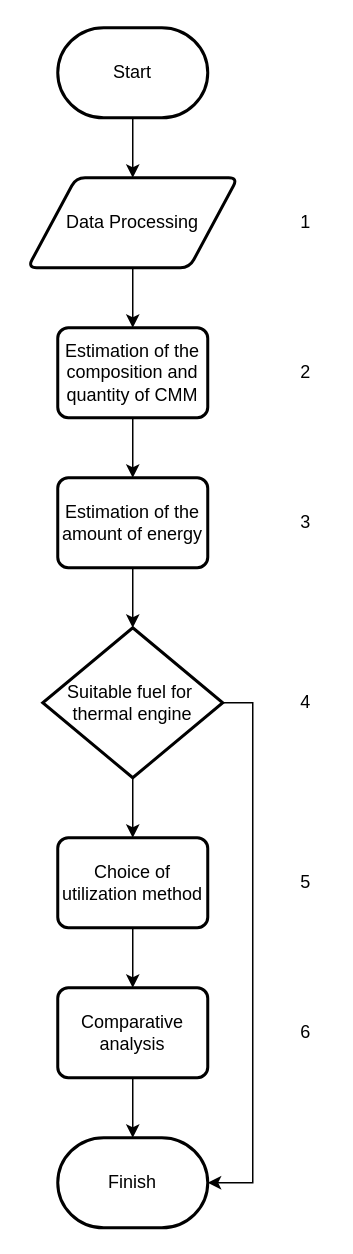
Earlier version of the draw.io diagram Диаграмма без названия.drawio (Randyrofed/CMM). Source tidied: cells renumbered, new cells numbered last; positions are measured from the earlier drawing's top-left corner, leaving out a move shared by most shapes. Both pictures are drawn from the tidied source at 150%, with x=0, y=0 at pixel (27, 27).
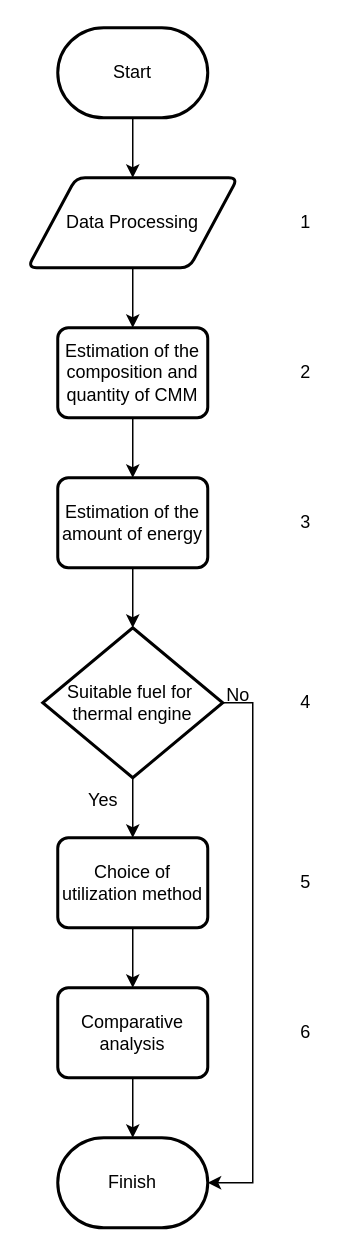
Above is the later version.

Change to the diagram source:
```diff
@@
+    <mxCell id="24" value="Yes" style="text;html=1;align=center;verticalAlign=middle;fillColor=none;strokeColor=none;rounded=0;" parent="1" vertex="1">
+      <mxGeometry x="30" y="500" width="40" height="30" as="geometry" />
+    </mxCell>
+    <mxCell id="25" value="No" style="text;html=1;align=center;verticalAlign=middle;fillColor=none;strokeColor=none;rounded=0;" parent="1" vertex="1">
+      <mxGeometry x="120" y="430" width="40" height="30" as="geometry" />
+    </mxCell>
```
